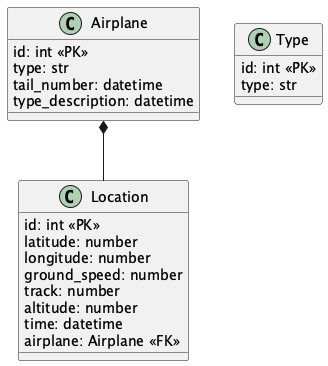
Before: docu/assets/Models.png, a diagram exported from PlantUML (PizzaPichael/KuwiWiSe25UnityProject). The source it was exported from:
```plantuml
@startuml Models
skinparam linetype ortho

class Airplane {
    id: int <<PK>>
    type: str
    tail_number: datetime
    type_description: datetime
}

class Location {
    id: int <<PK>>
    latitude: number
    longitude: number
    ground_speed: number
    track: number
    altitude: number
    time: datetime
    airplane: Airplane <<FK>>
}

class Type {
    id: int <<PK>>
    type: str
}

Airplane *-- Location

@enduml
```
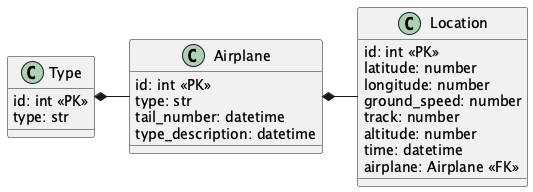
The same file after the commit.

Commit message:
feat: model diagram rework

The edit, as a diff of the source:
```diff
@@ -24,6 +24,7 @@
     type: str
 }
 
-Airplane *-- Location
+Airplane *-r- Location
+Type *-r- Airplane
 
 @enduml
```
